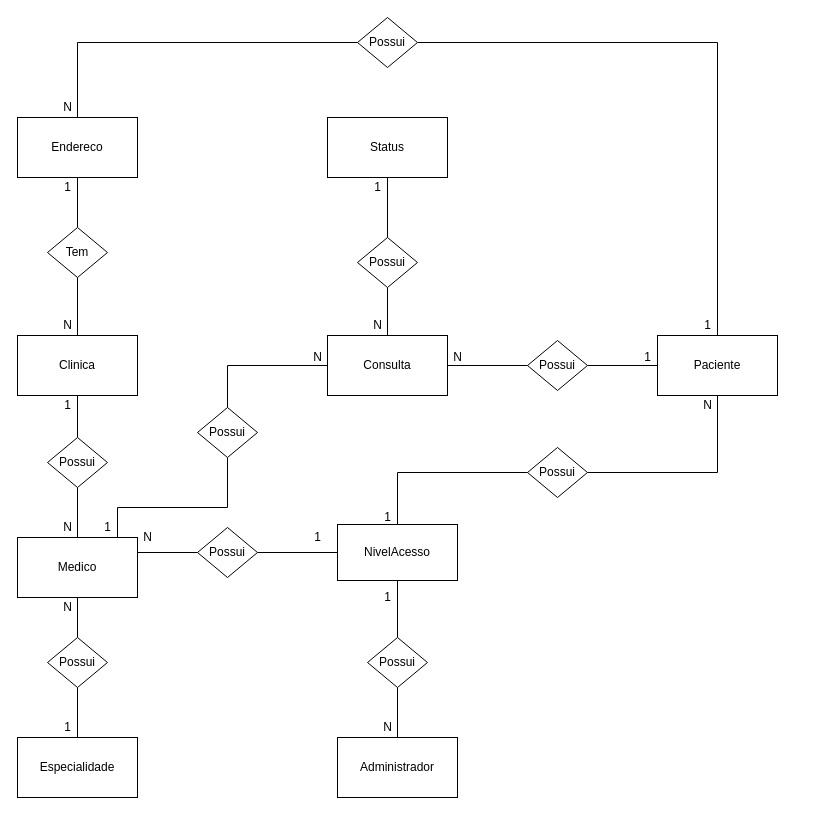
Above: page "Conseitual" (1 of 2) of Modelagem/Draw_io.drawio in israaoliver/Senai_Spmedgroup_sprint1_bd_tarde_IsraelOliveira (draw.io), before the change. Source tidied: cells renumbered, new cells numbered last; positions are measured from the earlier drawing's top-left corner, leaving out a move shared by most shapes. Both pictures are drawn from the tidied source at 100%, with x=0, y=0 at pixel (17, 17).
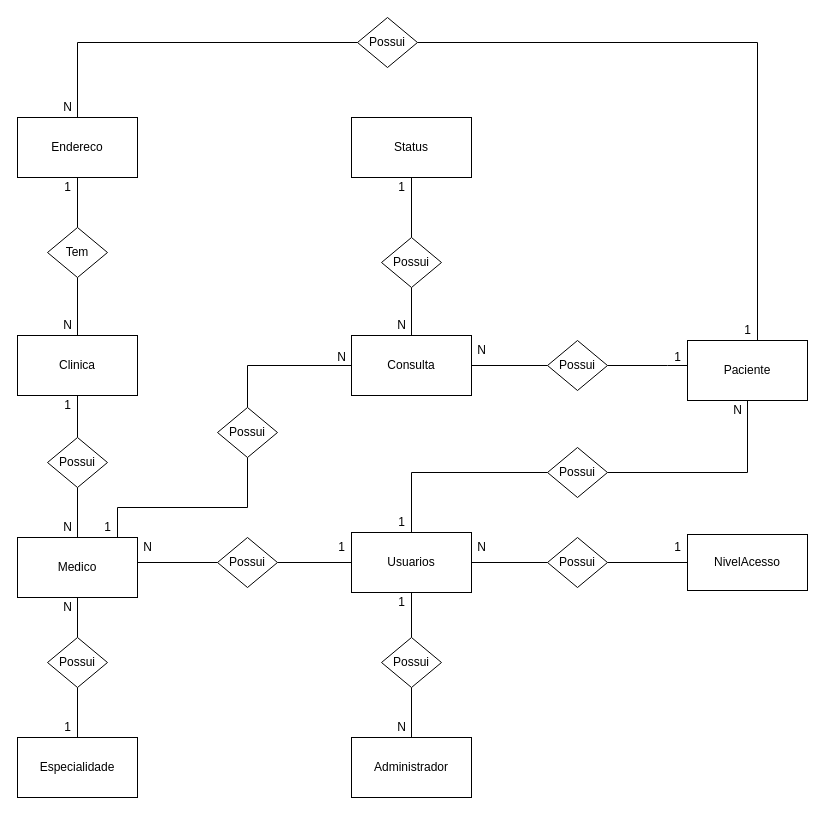
The same page after the edit.

Unchanged cells that the change refers to:
```xml
<mxCell id="6" value="Medico" style="rounded=0;whiteSpace=wrap;html=1;" parent="1" vertex="1">
  <mxGeometry y="520" width="120" height="60" as="geometry" />
</mxCell>
<mxCell id="36" value="Possui" style="rhombus;whiteSpace=wrap;html=1;" parent="1" vertex="1">
  <mxGeometry x="340" width="60" height="50" as="geometry" />
</mxCell>
```

Diff of the diagram source:
```diff
@@
     <mxCell id="2" style="edgeStyle=orthogonalEdgeStyle;rounded=0;jettySize=auto;html=1;endArrow=none;endFill=0;exitX=1;exitY=0.5;exitDx=0;exitDy=0;" parent="1" edge="1" source="36" target="7">
       <mxGeometry relative="1" as="geometry">
         <Array as="points">
-          <mxPoint x="700" y="25" />
+          <mxPoint x="740" y="25" />
         </Array>
       </mxGeometry>
     </mxCell>
@@
     <mxCell id="5" style="edgeStyle=orthogonalEdgeStyle;rounded=0;jettySize=auto;html=1;entryX=0.5;entryY=1;entryDx=0;entryDy=0;endArrow=none;endFill=0;" parent="1" edge="1" source="6" target="35">
       <mxGeometry relative="1" as="geometry">
         <Array as="points">
           <mxPoint x="100" y="490" />
-          <mxPoint x="210" y="490" />
+          <mxPoint x="230" y="490" />
         </Array>
       </mxGeometry>
     </mxCell>
@@
     <mxCell id="7" value="Paciente" style="rounded=0;whiteSpace=wrap;html=1;" parent="1" vertex="1">
-      <mxGeometry x="640" y="318" width="120" height="60" as="geometry" />
+      <mxGeometry x="670" y="323" width="120" height="60" as="geometry" />
     </mxCell>
@@
     <mxCell id="9" value="Consulta&lt;br&gt;" style="rounded=0;whiteSpace=wrap;html=1;" parent="1" vertex="1">
-      <mxGeometry x="310" y="318" width="120" height="60" as="geometry" />
+      <mxGeometry x="334" y="318" width="120" height="60" as="geometry" />
     </mxCell>
+    <mxCell id="61" style="edgeStyle=orthogonalEdgeStyle;rounded=0;jettySize=auto;html=1;entryX=0.5;entryY=1;entryDx=0;entryDy=0;endArrow=none;endFill=0;" parent="1" edge="1" source="10" target="67">
+      <mxGeometry relative="1" as="geometry" />
+    </mxCell>
     <mxCell id="10" value="Administrador&lt;br&gt;" style="rounded=0;whiteSpace=wrap;html=1;" parent="1" vertex="1">
-      <mxGeometry x="320" y="720" width="120" height="60" as="geometry" />
+      <mxGeometry x="334" y="720" width="120" height="60" as="geometry" />
     </mxCell>
     <mxCell id="11" value="NivelAcesso" style="rounded=0;whiteSpace=wrap;html=1;" parent="1" vertex="1">
-      <mxGeometry x="320" y="507" width="120" height="56" as="geometry" />
+      <mxGeometry x="670" y="517" width="120" height="56" as="geometry" />
     </mxCell>
     <mxCell id="12" value="Status" style="rounded=0;whiteSpace=wrap;html=1;" parent="1" vertex="1">
-      <mxGeometry x="310" y="100" width="120" height="60" as="geometry" />
+      <mxGeometry x="334" y="100" width="120" height="60" as="geometry" />
     </mxCell>
@@
+    <mxCell id="19" style="edgeStyle=orthogonalEdgeStyle;rounded=0;jettySize=auto;html=1;endArrow=none;endFill=0;" parent="1" edge="1" source="20" target="12">
+      <mxGeometry relative="1" as="geometry" />
+    </mxCell>
@@
-    <mxCell id="19" style="edgeStyle=orthogonalEdgeStyle;rounded=0;jettySize=auto;html=1;endArrow=none;endFill=0;" parent="1" edge="1" source="20" target="12">
-      <mxGeometry relative="1" as="geometry" />
-    </mxCell>
     <mxCell id="20" value="Possui" style="rhombus;whiteSpace=wrap;html=1;" parent="1" vertex="1">
-      <mxGeometry x="340" y="220" width="60" height="50" as="geometry" />
+      <mxGeometry x="364" y="220" width="60" height="50" as="geometry" />
     </mxCell>
     <mxCell id="21" value="1" style="text;html=1;align=center;verticalAlign=middle;" parent="1" vertex="1">
-      <mxGeometry x="350" y="160" width="20" height="20" as="geometry" />
+      <mxGeometry x="374" y="160" width="20" height="20" as="geometry" />
     </mxCell>
@@
-    <mxCell id="28" style="edgeStyle=orthogonalEdgeStyle;rounded=0;jettySize=auto;html=1;endArrow=none;endFill=0;" parent="1" edge="1" source="30" target="11">
-      <mxGeometry relative="1" as="geometry" />
-    </mxCell>
     <mxCell id="29" style="edgeStyle=orthogonalEdgeStyle;rounded=0;jettySize=auto;html=1;entryX=1;entryY=0.25;entryDx=0;entryDy=0;endArrow=none;endFill=0;" parent="1" edge="1" source="30" target="6">
-      <mxGeometry relative="1" as="geometry" />
+      <mxGeometry relative="1" as="geometry">
+        <Array as="points">
+          <mxPoint x="120" y="545" />
+        </Array>
+      </mxGeometry>
     </mxCell>
+    <mxCell id="62" style="edgeStyle=orthogonalEdgeStyle;rounded=0;jettySize=auto;html=1;endArrow=none;endFill=0;" parent="1" edge="1" source="30" target="65">
+      <mxGeometry relative="1" as="geometry" />
+    </mxCell>
     <mxCell id="30" value="Possui" style="rhombus;whiteSpace=wrap;html=1;" parent="1" vertex="1">
-      <mxGeometry x="180" y="510" width="60" height="50" as="geometry" />
+      <mxGeometry x="200" y="520" width="60" height="50" as="geometry" />
     </mxCell>
-    <mxCell id="31" style="edgeStyle=orthogonalEdgeStyle;rounded=0;jettySize=auto;html=1;endArrow=none;endFill=0;" parent="1" edge="1" source="33" target="10">
-      <mxGeometry relative="1" as="geometry" />
-    </mxCell>
-    <mxCell id="32" style="edgeStyle=orthogonalEdgeStyle;rounded=0;jettySize=auto;html=1;entryX=0.5;entryY=1;entryDx=0;entryDy=0;endArrow=none;endFill=0;" parent="1" edge="1" source="33" target="11">
-      <mxGeometry relative="1" as="geometry" />
-    </mxCell>
-    <mxCell id="33" value="Possui" style="rhombus;whiteSpace=wrap;html=1;" parent="1" vertex="1">
-      <mxGeometry x="350" y="620" width="60" height="50" as="geometry" />
-    </mxCell>
     <mxCell id="34" style="edgeStyle=orthogonalEdgeStyle;rounded=0;jettySize=auto;html=1;entryX=0;entryY=0.75;entryDx=0;entryDy=0;endArrow=none;endFill=0;" parent="1" edge="1" source="35" target="9">
       <mxGeometry relative="1" as="geometry">
         <Array as="points">
-          <mxPoint x="210" y="348" />
-          <mxPoint x="310" y="348" />
+          <mxPoint x="230" y="348" />
+          <mxPoint x="334" y="348" />
         </Array>
       </mxGeometry>
     </mxCell>
     <mxCell id="35" value="Possui" style="rhombus;whiteSpace=wrap;html=1;" parent="1" vertex="1">
-      <mxGeometry x="180" y="390" width="60" height="50" as="geometry" />
+      <mxGeometry x="200" y="390" width="60" height="50" as="geometry" />
     </mxCell>
@@
-    <mxCell id="42" value="1" style="text;html=1;align=center;verticalAlign=middle;" parent="1" vertex="1">
-      <mxGeometry x="360" y="570" width="20" height="20" as="geometry" />
-    </mxCell>
-    <mxCell id="43" value="N" style="text;html=1;align=center;verticalAlign=middle;" parent="1" vertex="1">
-      <mxGeometry x="360" y="700" width="20" height="20" as="geometry" />
-    </mxCell>
-    <mxCell id="44" value="1" style="text;html=1;align=center;verticalAlign=middle;" parent="1" vertex="1">
-      <mxGeometry x="290" y="510" width="20" height="20" as="geometry" />
-    </mxCell>
     <mxCell id="45" value="N" style="text;html=1;align=center;verticalAlign=middle;" parent="1" vertex="1">
-      <mxGeometry x="120" y="510" width="20" height="20" as="geometry" />
+      <mxGeometry x="120" y="520" width="20" height="20" as="geometry" />
     </mxCell>
@@
     <mxCell id="47" value="N" style="text;html=1;align=center;verticalAlign=middle;" parent="1" vertex="1">
-      <mxGeometry x="290" y="330" width="20" height="20" as="geometry" />
+      <mxGeometry x="314" y="330" width="20" height="20" as="geometry" />
     </mxCell>
     <mxCell id="48" value="N" style="text;html=1;align=center;verticalAlign=middle;" parent="1" vertex="1">
-      <mxGeometry x="350" y="298" width="20" height="20" as="geometry" />
+      <mxGeometry x="374" y="298" width="20" height="20" as="geometry" />
     </mxCell>
     <mxCell id="49" value="1" style="text;html=1;align=center;verticalAlign=middle;" parent="1" vertex="1">
-      <mxGeometry x="680" y="298" width="20" height="20" as="geometry" />
+      <mxGeometry x="720" y="303" width="20" height="20" as="geometry" />
     </mxCell>
@@
     <mxCell id="51" style="edgeStyle=orthogonalEdgeStyle;rounded=0;jettySize=auto;html=1;endArrow=none;endFill=0;" parent="1" edge="1" source="53" target="7">
-      <mxGeometry relative="1" as="geometry" />
+      <mxGeometry relative="1" as="geometry">
+        <Array as="points">
+          <mxPoint x="650" y="348" />
+          <mxPoint x="650" y="348" />
+        </Array>
+      </mxGeometry>
     </mxCell>
@@
     <mxCell id="53" value="Possui" style="rhombus;whiteSpace=wrap;html=1;" parent="1" vertex="1">
-      <mxGeometry x="510" y="323" width="60" height="50" as="geometry" />
+      <mxGeometry x="530" y="323" width="60" height="50" as="geometry" />
     </mxCell>
     <mxCell id="54" value="N" style="text;html=1;align=center;verticalAlign=middle;" parent="1" vertex="1">
-      <mxGeometry x="430" y="330" width="20" height="20" as="geometry" />
+      <mxGeometry x="454" y="323" width="20" height="20" as="geometry" />
     </mxCell>
-    <mxCell id="55" value="1" style="text;html=1;align=center;verticalAlign=middle;" parent="1" vertex="1">
-      <mxGeometry x="620" y="330" width="20" height="20" as="geometry" />
-    </mxCell>
-    <mxCell id="56" value="1" style="text;html=1;align=center;verticalAlign=middle;" parent="1" vertex="1">
-      <mxGeometry x="360" y="490" width="20" height="20" as="geometry" />
-    </mxCell>
     <mxCell id="57" style="edgeStyle=orthogonalEdgeStyle;rounded=0;jettySize=auto;html=1;endArrow=none;endFill=0;" parent="1" edge="1" source="58" target="7">
-      <mxGeometry relative="1" as="geometry" />
+      <mxGeometry relative="1" as="geometry">
+        <Array as="points">
+          <mxPoint x="730" y="455" />
+        </Array>
+      </mxGeometry>
     </mxCell>
+    <mxCell id="63" style="edgeStyle=orthogonalEdgeStyle;rounded=0;jettySize=auto;html=1;endArrow=none;endFill=0;" parent="1" edge="1" source="58" target="65">
+      <mxGeometry relative="1" as="geometry" />
+    </mxCell>
     <mxCell id="58" value="Possui" style="rhombus;whiteSpace=wrap;html=1;" parent="1" vertex="1">
-      <mxGeometry x="510" y="430" width="60" height="50" as="geometry" />
+      <mxGeometry x="530" y="430" width="60" height="50" as="geometry" />
     </mxCell>
-    <mxCell id="59" style="edgeStyle=orthogonalEdgeStyle;rounded=0;jettySize=auto;html=1;endArrow=none;endFill=0;entryX=0;entryY=0.5;entryDx=0;entryDy=0;" parent="1" edge="1" source="11" target="58">
-      <mxGeometry relative="1" as="geometry">
-        <Array as="points">
-          <mxPoint x="380" y="455" />
-        </Array>
-      </mxGeometry>
-    </mxCell>
     <mxCell id="60" value="N" style="text;html=1;align=center;verticalAlign=middle;" parent="1" vertex="1">
-      <mxGeometry x="680" y="378" width="20" height="20" as="geometry" />
+      <mxGeometry x="710" y="383" width="20" height="20" as="geometry" />
     </mxCell>
+    <mxCell id="64" style="edgeStyle=orthogonalEdgeStyle;rounded=0;jettySize=auto;html=1;endArrow=none;endFill=0;" parent="1" edge="1" source="65" target="69">
+      <mxGeometry relative="1" as="geometry" />
+    </mxCell>
+    <mxCell id="65" value="Usuarios" style="rounded=0;whiteSpace=wrap;html=1;" parent="1" vertex="1">
+      <mxGeometry x="334" y="515" width="120" height="60" as="geometry" />
+    </mxCell>
+    <mxCell id="66" style="edgeStyle=orthogonalEdgeStyle;rounded=0;jettySize=auto;html=1;entryX=0.5;entryY=1;entryDx=0;entryDy=0;endArrow=none;endFill=0;" parent="1" edge="1" source="67" target="65">
+      <mxGeometry relative="1" as="geometry" />
+    </mxCell>
+    <mxCell id="67" value="Possui" style="rhombus;whiteSpace=wrap;html=1;" parent="1" vertex="1">
+      <mxGeometry x="364" y="620" width="60" height="50" as="geometry" />
+    </mxCell>
+    <mxCell id="68" style="edgeStyle=orthogonalEdgeStyle;rounded=0;jettySize=auto;html=1;endArrow=none;endFill=0;" parent="1" edge="1" source="69" target="11">
+      <mxGeometry relative="1" as="geometry" />
+    </mxCell>
+    <mxCell id="69" value="Possui" style="rhombus;whiteSpace=wrap;html=1;" parent="1" vertex="1">
+      <mxGeometry x="530" y="520" width="60" height="50" as="geometry" />
+    </mxCell>
+    <mxCell id="70" value="1" style="text;html=1;align=center;verticalAlign=middle;" parent="1" vertex="1">
+      <mxGeometry x="650" y="330" width="20" height="20" as="geometry" />
+    </mxCell>
+    <mxCell id="71" value="1" style="text;html=1;align=center;verticalAlign=middle;" parent="1" vertex="1">
+      <mxGeometry x="374" y="495" width="20" height="20" as="geometry" />
+    </mxCell>
+    <mxCell id="72" value="N" style="text;html=1;align=center;verticalAlign=middle;" parent="1" vertex="1">
+      <mxGeometry x="454" y="520" width="20" height="20" as="geometry" />
+    </mxCell>
+    <mxCell id="73" value="1" style="text;html=1;align=center;verticalAlign=middle;" parent="1" vertex="1">
+      <mxGeometry x="314" y="520" width="20" height="20" as="geometry" />
+    </mxCell>
+    <mxCell id="74" value="1" style="text;html=1;align=center;verticalAlign=middle;" parent="1" vertex="1">
+      <mxGeometry x="374" y="575" width="20" height="20" as="geometry" />
+    </mxCell>
+    <mxCell id="75" value="1" style="text;html=1;align=center;verticalAlign=middle;" parent="1" vertex="1">
+      <mxGeometry x="650" y="520" width="20" height="20" as="geometry" />
+    </mxCell>
+    <mxCell id="76" value="N" style="text;html=1;align=center;verticalAlign=middle;" parent="1" vertex="1">
+      <mxGeometry x="374" y="700" width="20" height="20" as="geometry" />
+    </mxCell>
```
